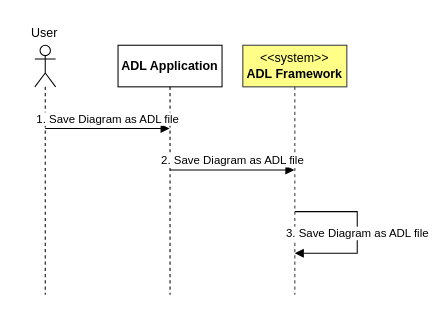
The draw.io diagram drawio/SaveDiagramAsImage.drawio in phunm211/SW-Associate-Architecture, before the edit. Source tidied: cells renumbered, new cells numbered last; positions are measured from the earlier drawing's top-left corner, leaving out a move shared by most shapes. Both pictures are drawn from the tidied source at 104%, with x=0, y=0 at pixel (18, 18).
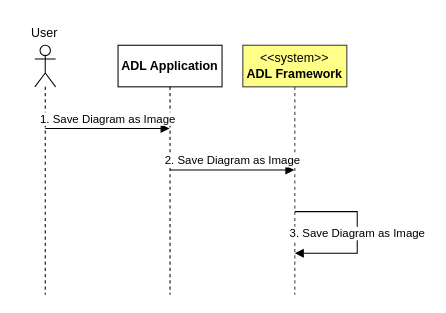
The same diagram, later.

Diff of the diagram source:
```diff
@@
 <mxGraphModel>
   <root>
     <mxCell id="0" />
     <mxCell id="1" parent="0" />
     <mxCell id="2" style="shape=umlLifeline;perimeter=lifelinePerimeter;whiteSpace=wrap;html=1;newEdgeStyle={&quot;curved&quot;:0,&quot;rounded&quot;:0};participant=umlActor;" parent="1" vertex="1">
       <mxGeometry x="16" y="26" width="20" height="240" as="geometry" />
     </mxCell>
     <mxCell id="3" value="ADL Application" style="shape=umlLifeline;perimeter=lifelinePerimeter;whiteSpace=wrap;html=1;outlineConnect=0;portConstraint=eastwest;newEdgeStyle={&quot;curved&quot;:0,&quot;rounded&quot;:0};fontStyle=1;" parent="1" vertex="1">
       <mxGeometry x="96" y="26" width="100" height="240" as="geometry" />
     </mxCell>
     <mxCell id="4" value="&amp;lt;&amp;lt;system&amp;gt;&amp;gt;&lt;br&gt;&lt;b&gt;ADL Framework&lt;/b&gt;" style="shape=umlLifeline;perimeter=lifelinePerimeter;whiteSpace=wrap;html=1;outlineConnect=0;portConstraint=eastwest;newEdgeStyle={&quot;curved&quot;:0,&quot;rounded&quot;:0};fillColor=#ffff88;strokeColor=#36393d;" parent="1" vertex="1">
       <mxGeometry x="216" y="26" width="100" height="240" as="geometry" />
     </mxCell>
     <mxCell id="5" value="User" style="text;html=1;align=center;verticalAlign=middle;strokeColor=none;fillColor=none;" parent="1" vertex="1">
       <mxGeometry width="50" height="30" as="geometry" />
     </mxCell>
-    <mxCell id="6" value="1. Save Diagram as ADL file" style="html=1;verticalAlign=bottom;endArrow=block;curved=0;rounded=0;" parent="1" edge="1" target="3">
+    <mxCell id="6" value="1. Save Diagram as Image" style="html=1;verticalAlign=bottom;endArrow=block;curved=0;rounded=0;" parent="1" edge="1" target="3">
       <mxGeometry relative="1" as="geometry">
         <mxPoint x="26" y="106" as="sourcePoint" />
       </mxGeometry>
     </mxCell>
-    <mxCell id="7" value="2. Save Diagram as ADL file" style="html=1;verticalAlign=bottom;endArrow=block;curved=0;rounded=0;" parent="1" edge="1" target="4">
+    <mxCell id="7" value="2. Save Diagram as Image" style="html=1;verticalAlign=bottom;endArrow=block;curved=0;rounded=0;" parent="1" edge="1" target="4">
       <mxGeometry relative="1" as="geometry">
         <mxPoint x="146" y="146" as="sourcePoint" />
       </mxGeometry>
     </mxCell>
-    <mxCell id="8" value="3. Save Diagram as ADL file" style="html=1;verticalAlign=bottom;endArrow=block;rounded=0;edgeStyle=elbowEdgeStyle;" parent="1" edge="1">
+    <mxCell id="8" value="3. Save Diagram as Image" style="html=1;verticalAlign=bottom;endArrow=block;rounded=0;edgeStyle=elbowEdgeStyle;" parent="1" edge="1">
       <mxGeometry x="0.12" relative="1" as="geometry">
         <mxPoint x="266" y="186" as="sourcePoint" />
         <mxPoint x="266" y="226" as="targetPoint" />
         <Array as="points">
           <mxPoint x="326" y="206" />
         </Array>
       </mxGeometry>
     </mxCell>
   </root>
 </mxGraphModel>
```
